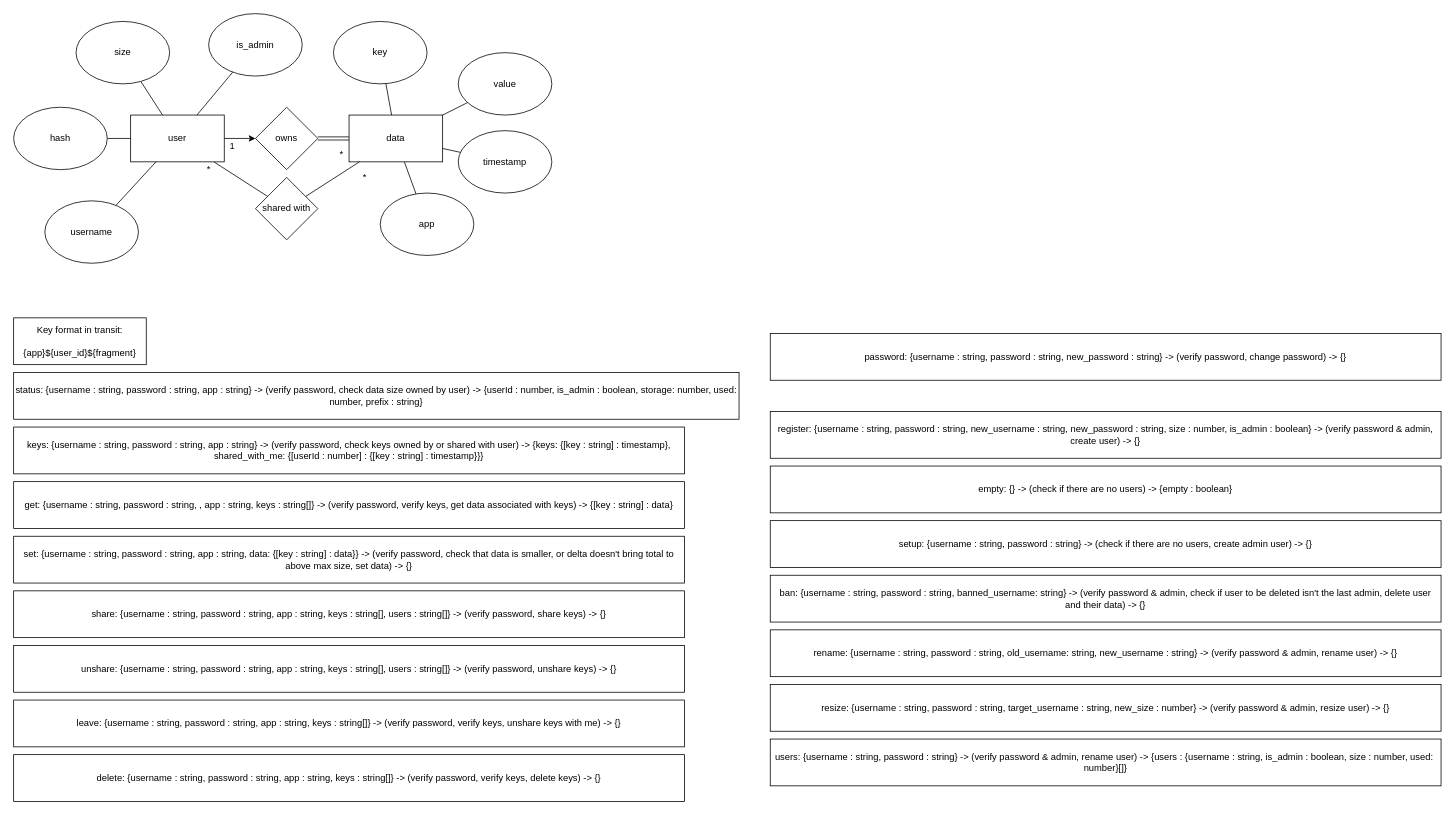
Above: docs/docs.drawio in wanieru/jormun-sdk (draw.io), before the change. Source tidied: cells renumbered, new cells numbered last; positions are measured from the earlier drawing's top-left corner, leaving out a move shared by most shapes. Both pictures are drawn from the tidied source at 78%, with x=0, y=0 at pixel (13, 13).
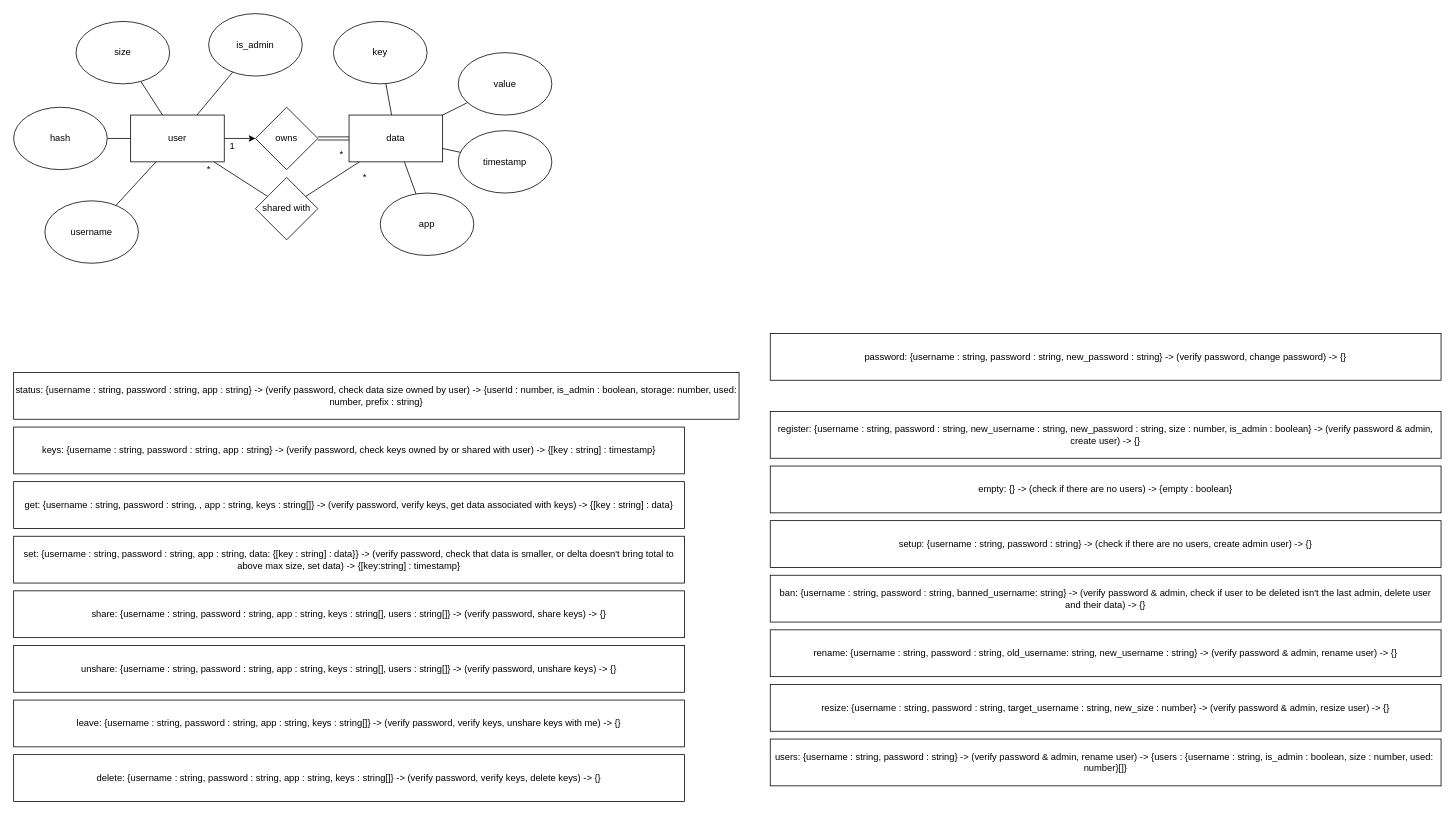
The same diagram, later.

Diff of the diagram source:
```diff
@@
-    <mxCell id="28" value="keys: {username : string, password : string, app : string} -&amp;gt; (verify password, check keys owned by or shared with user) -&amp;gt; {keys: {[key : string] : timestamp}, shared_with_me: {[userId : number] : {[key : string] : timestamp}}}" style="rounded=0;whiteSpace=wrap;html=1;" parent="1" vertex="1">
+    <mxCell id="28" value="keys: {username : string, password : string, app : string} -&amp;gt; (verify password, check keys owned by or shared with user) -&amp;gt; {[key : string] : timestamp}" style="rounded=0;whiteSpace=wrap;html=1;" parent="1" vertex="1">
       <mxGeometry y="530" width="860" height="60" as="geometry" />
     </mxCell>
@@
-    <mxCell id="30" value="set: {username : string, password : string, app : string, data: {[key : string] : data}} -&amp;gt; (verify password, check that data is smaller, or delta doesn't bring total to above max size, set data) -&amp;gt; {}" style="rounded=0;whiteSpace=wrap;html=1;" parent="1" vertex="1">
+    <mxCell id="30" value="set: {username : string, password : string, app : string, data: {[key : string] : data}} -&amp;gt; (verify password, check that data is smaller, or delta doesn't bring total to above max size, set data) -&amp;gt; {[key:string] : timestamp}" style="rounded=0;whiteSpace=wrap;html=1;" parent="1" vertex="1">
       <mxGeometry y="670" width="860" height="60" as="geometry" />
     </mxCell>
@@
-    <mxCell id="32" value="Key format in transit:&lt;br&gt;&lt;br&gt;{app}${user_id}${fragment}" style="rounded=0;whiteSpace=wrap;html=1;" parent="1" vertex="1">
-      <mxGeometry y="390" width="170" height="60" as="geometry" />
-    </mxCell>
```
